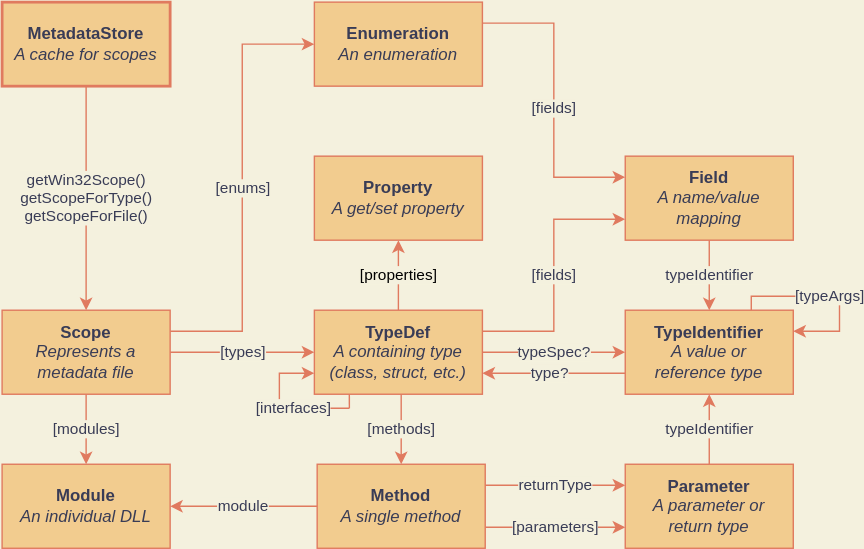
The draw.io diagram metadata.drawio.svg in halildurmus/win32, before a commit. Source tidied: cells renumbered, new cells last; positions are measured from the earlier drawing's top-left corner, leaving out a move shared by most shapes.
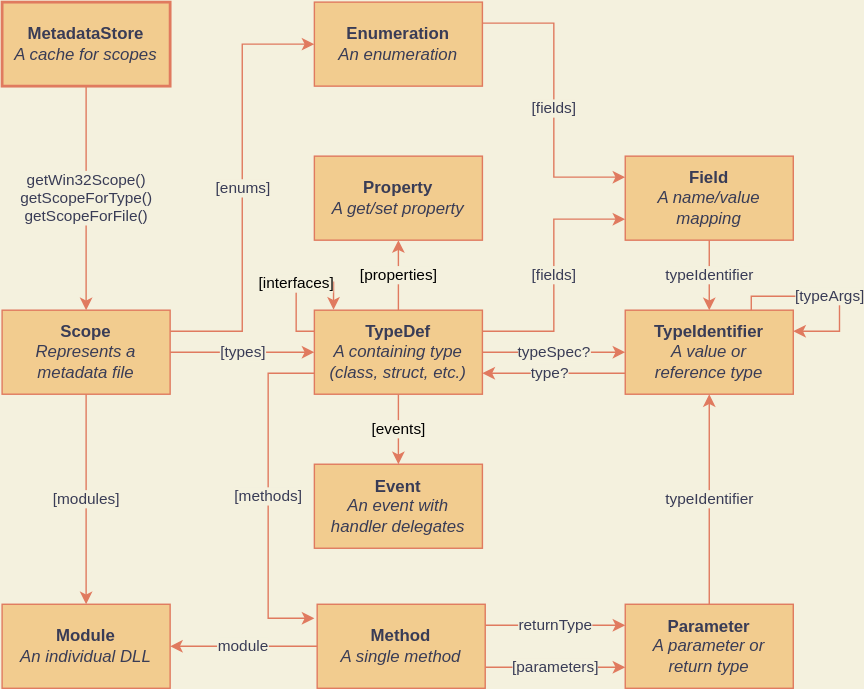
The same file after the commit.

Change to the diagram source:
```diff
@@ -23,14 +23,27 @@
     <mxCell id="8" value="&lt;b&gt;Scope&lt;/b&gt;&lt;br&gt;&lt;i&gt;Represents a metadata file&lt;/i&gt;" style="whiteSpace=wrap;html=1;fillColor=#F2CC8F;strokeColor=#E07A5F;fontColor=#393C56;" parent="1" vertex="1">
       <mxGeometry y="220" width="120" height="60" as="geometry" />
     </mxCell>
-    <mxCell id="9" value="[methods]" style="edgeStyle=orthogonalEdgeStyle;rounded=0;jettySize=auto;html=1;strokeColor=#E07A5F;fontColor=#393C56;labelBackgroundColor=#F4F1DE;" parent="1" edge="1" source="10" target="14">
+    <mxCell id="9" value="[methods]" style="edgeStyle=orthogonalEdgeStyle;rounded=0;jettySize=auto;html=1;strokeColor=#E07A5F;fontColor=#393C56;labelBackgroundColor=#F4F1DE;exitX=0;exitY=0.75;exitDx=0;exitDy=0;" parent="1" edge="1" source="10">
       <mxGeometry relative="1" as="geometry">
+        <mxPoint x="223" y="440" as="targetPoint" />
         <Array as="points">
-          <mxPoint x="285" y="290" />
-          <mxPoint x="285" y="290" />
+          <mxPoint x="190" y="265" />
+          <mxPoint x="190" y="440" />
         </Array>
       </mxGeometry>
     </mxCell>
+    <mxCell id="23" value="[interfaces]" style="edgeStyle=orthogonalEdgeStyle;rounded=0;orthogonalLoop=1;jettySize=auto;html=1;exitX=0;exitY=0.25;exitDx=0;exitDy=0;entryX=0.114;entryY=-0.006;entryDx=0;entryDy=0;entryPerimeter=0;fillColor=#ffe6cc;strokeColor=#E07A5F;labelBackgroundColor=#F4F1DE;" parent="1" edge="1" source="10" target="10">
+      <mxGeometry relative="1" as="geometry">
+        <Array as="points">
+          <mxPoint x="210" y="235" />
+          <mxPoint x="210" y="200" />
+          <mxPoint x="237" y="200" />
+        </Array>
+      </mxGeometry>
+    </mxCell>
+    <mxCell id="30" value="[events]" style="edgeStyle=orthogonalEdgeStyle;rounded=0;jettySize=auto;html=1;labelBackgroundColor=#F4F1DE;strokeColor=#E07A5F;" parent="1" edge="1" source="10" target="31">
+      <mxGeometry relative="1" as="geometry" />
+    </mxCell>
     <mxCell id="10" value="&lt;b&gt;TypeDef&lt;/b&gt;&lt;br&gt;&lt;i&gt;A containing type (class, struct, etc.)&lt;/i&gt;" style="whiteSpace=wrap;html=1;fillColor=#F2CC8F;strokeColor=#E07A5F;fontColor=#393C56;" parent="1" vertex="1">
       <mxGeometry x="223" y="220" width="120" height="60" as="geometry" />
     </mxCell>
@@ -44,13 +57,13 @@
       <mxGeometry relative="1" as="geometry" />
     </mxCell>
     <mxCell id="14" value="&lt;b&gt;Method&lt;/b&gt;&lt;br&gt;&lt;i&gt;A single method&lt;/i&gt;" style="whiteSpace=wrap;html=1;fillColor=#F2CC8F;strokeColor=#E07A5F;fontColor=#393C56;" parent="1" vertex="1">
-      <mxGeometry x="225" y="330" width="120" height="60" as="geometry" />
+      <mxGeometry x="225" y="430" width="120" height="60" as="geometry" />
     </mxCell>
     <mxCell id="15" value="typeIdentifier" style="edgeStyle=orthogonalEdgeStyle;rounded=0;jettySize=auto;html=1;strokeColor=#E07A5F;fontColor=#393C56;labelBackgroundColor=#F4F1DE;" parent="1" edge="1" source="16" target="18">
       <mxGeometry relative="1" as="geometry" />
     </mxCell>
     <mxCell id="16" value="&lt;b&gt;Parameter&lt;/b&gt;&lt;br&gt;&lt;i&gt;A parameter or &lt;br&gt;return type&lt;/i&gt;" style="whiteSpace=wrap;html=1;fillColor=#F2CC8F;strokeColor=#E07A5F;fontColor=#393C56;" parent="1" vertex="1">
-      <mxGeometry x="445" y="330" width="120" height="60" as="geometry" />
+      <mxGeometry x="445" y="430" width="120" height="60" as="geometry" />
     </mxCell>
     <mxCell id="17" value="type?" style="edgeStyle=orthogonalEdgeStyle;rounded=0;jettySize=auto;html=1;exitX=0;exitY=0.75;exitDx=0;exitDy=0;entryX=1;entryY=0.75;entryDx=0;entryDy=0;strokeColor=#E07A5F;fontColor=#393C56;labelBackgroundColor=#F4F1DE;" parent="1" edge="1" source="18" target="10">
       <mxGeometry x="0.06" relative="1" as="geometry" />
@@ -76,26 +89,12 @@
     <mxCell id="22" value="&lt;b&gt;Field&lt;/b&gt;&lt;br&gt;&lt;i&gt;A name/value mapping&lt;/i&gt;" style="whiteSpace=wrap;html=1;fillColor=#F2CC8F;strokeColor=#E07A5F;fontColor=#393C56;" parent="1" vertex="1">
       <mxGeometry x="445" y="110" width="120" height="60" as="geometry" />
     </mxCell>
-    <mxCell id="23" value="[interfaces]" style="edgeStyle=orthogonalEdgeStyle;rounded=0;jettySize=auto;html=1;fontColor=#393C56;labelBackgroundColor=#F4F1DE;entryX=0;entryY=0.75;entryDx=0;entryDy=0;strokeColor=#E07A5F;" parent="1" edge="1" target="10">
-      <mxGeometry x="-0.2" relative="1" as="geometry">
-        <mxPoint x="248" y="290" as="sourcePoint" />
-        <Array as="points">
-          <mxPoint x="198" y="290" />
-          <mxPoint x="198" y="265" />
-        </Array>
-      </mxGeometry>
-    </mxCell>
     <mxCell id="24" value="&lt;b&gt;Module&lt;br&gt;&lt;/b&gt;&lt;i&gt;An individual DLL&lt;/i&gt;" style="whiteSpace=wrap;html=1;fillColor=#F2CC8F;strokeColor=#E07A5F;fontColor=#393C56;" parent="1" vertex="1">
-      <mxGeometry y="330" width="120" height="60" as="geometry" />
+      <mxGeometry y="430" width="120" height="60" as="geometry" />
     </mxCell>
     <mxCell id="25" value="[fields]" style="edgeStyle=orthogonalEdgeStyle;rounded=0;jettySize=auto;html=1;exitX=1;exitY=0.25;exitDx=0;exitDy=0;strokeColor=#E07A5F;fontColor=#393C56;labelBackgroundColor=#F4F1DE;entryX=0;entryY=0.75;entryDx=0;entryDy=0;" parent="1" edge="1" source="10" target="22">
       <mxGeometry relative="1" as="geometry" />
     </mxCell>
-    <mxCell id="26" style="edgeStyle=orthogonalEdgeStyle;rounded=0;jettySize=auto;html=1;entryX=0.208;entryY=1;entryDx=0;entryDy=0;entryPerimeter=0;fillColor=#ffe6cc;endArrow=none;endFill=0;strokeColor=#E07A5F;" parent="1" edge="1" target="10">
-      <mxGeometry relative="1" as="geometry">
-        <mxPoint x="248" y="290" as="sourcePoint" />
-      </mxGeometry>
-    </mxCell>
     <mxCell id="27" value="typeIdentifier" style="edgeStyle=orthogonalEdgeStyle;rounded=0;jettySize=auto;html=1;strokeColor=#E07A5F;fontColor=#393C56;labelBackgroundColor=#F4F1DE;exitX=0.5;exitY=1;exitDx=0;exitDy=0;" parent="1" edge="1" source="22">
       <mxGeometry relative="1" as="geometry">
         <mxPoint x="505" y="220" as="targetPoint" />
@@ -107,5 +106,8 @@
     <mxCell id="29" value="typeSpec?" style="edgeStyle=orthogonalEdgeStyle;rounded=0;jettySize=auto;html=1;exitX=1;exitY=0.5;exitDx=0;exitDy=0;strokeColor=#E07A5F;fontColor=#393C56;labelBackgroundColor=#F4F1DE;entryX=0;entryY=0.5;entryDx=0;entryDy=0;" parent="1" edge="1" source="10" target="18">
       <mxGeometry relative="1" as="geometry" />
     </mxCell>
+    <mxCell id="31" value="&lt;b&gt;Event&lt;/b&gt;&lt;br&gt;&lt;i&gt;An event with &lt;br&gt;handler delegates&lt;/i&gt;" style="whiteSpace=wrap;html=1;fillColor=#F2CC8F;strokeColor=#E07A5F;fontColor=#393C56;" parent="1" vertex="1">
+      <mxGeometry x="223" y="330" width="120" height="60" as="geometry" />
+    </mxCell>
   </root>
 </mxGraphModel>
```
